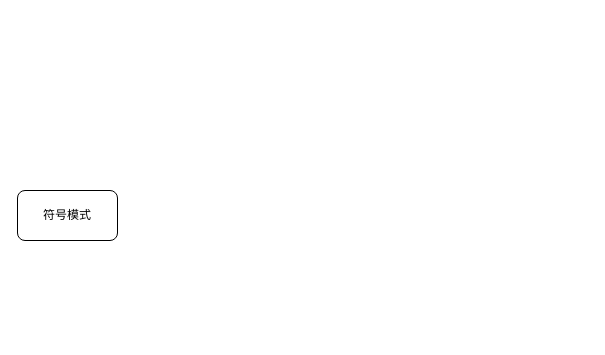
Before: designFile/符号(目前是分号)模式.drawio in Pzc-Neo/NeoKeymap, a draw.io diagram. Source tidied: cells renumbered, new cells numbered last; positions are measured from the earlier drawing's top-left corner, leaving out a move shared by most shapes. Both pictures are drawn from the tidied source at 100%, with x=0, y=0 at pixel (17, 190).
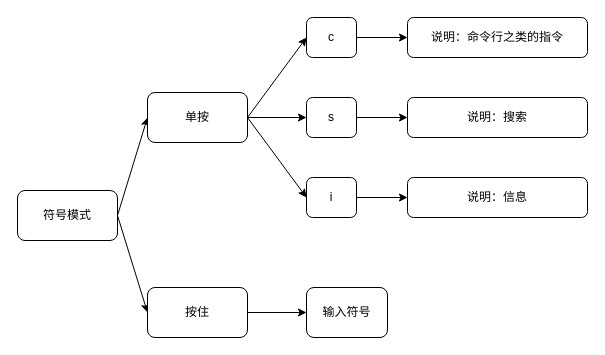
The same page after the edit.

The change refers to these unchanged cells:
```xml
<mxCell id="2" value="符号模式" style="rounded=1;whiteSpace=wrap;html=1;" parent="1" vertex="1">
  <mxGeometry width="100" height="50" as="geometry" />
</mxCell>
```

The edit, as a diff of the source:
```diff
@@
+    <mxCell id="3" style="edgeStyle=none;html=1;exitX=1;exitY=0.5;exitDx=0;exitDy=0;entryX=0;entryY=0.5;entryDx=0;entryDy=0;" parent="1" edge="1" source="2" target="7">
+      <mxGeometry relative="1" as="geometry" />
+    </mxCell>
+    <mxCell id="4" style="edgeStyle=none;html=1;exitX=1;exitY=0.5;exitDx=0;exitDy=0;entryX=0;entryY=0.5;entryDx=0;entryDy=0;" parent="1" edge="1" source="2" target="9">
+      <mxGeometry relative="1" as="geometry" />
+    </mxCell>
@@
+    <mxCell id="5" style="edgeStyle=none;html=1;exitX=1;exitY=0.5;exitDx=0;exitDy=0;entryX=0;entryY=0.5;entryDx=0;entryDy=0;" parent="1" edge="1" source="7" target="11">
+      <mxGeometry relative="1" as="geometry" />
+    </mxCell>
+    <mxCell id="6" style="edgeStyle=none;html=1;exitX=1;exitY=0.5;exitDx=0;exitDy=0;entryX=0;entryY=0.5;entryDx=0;entryDy=0;" parent="1" edge="1" source="7" target="14">
+      <mxGeometry relative="1" as="geometry" />
+    </mxCell>
+    <mxCell id="7" value="单按" style="rounded=1;whiteSpace=wrap;html=1;" parent="1" vertex="1">
+      <mxGeometry x="130" y="-98" width="100" height="50" as="geometry" />
+    </mxCell>
+    <mxCell id="8" style="edgeStyle=none;html=1;exitX=1;exitY=0.5;exitDx=0;exitDy=0;" parent="1" edge="1" source="9" target="20">
+      <mxGeometry relative="1" as="geometry" />
+    </mxCell>
+    <mxCell id="9" value="按住" style="rounded=1;whiteSpace=wrap;html=1;" parent="1" vertex="1">
+      <mxGeometry x="130" y="97" width="100" height="50" as="geometry" />
+    </mxCell>
+    <mxCell id="10" style="edgeStyle=none;html=1;exitX=1;exitY=0.5;exitDx=0;exitDy=0;entryX=0;entryY=0.5;entryDx=0;entryDy=0;" parent="1" edge="1" source="11" target="12">
+      <mxGeometry relative="1" as="geometry" />
+    </mxCell>
+    <mxCell id="11" value="c" style="rounded=1;whiteSpace=wrap;html=1;" parent="1" vertex="1">
+      <mxGeometry x="289" y="-173" width="50" height="40" as="geometry" />
+    </mxCell>
+    <mxCell id="12" value="说明：命令行之类的指令" style="rounded=1;whiteSpace=wrap;html=1;" parent="1" vertex="1">
+      <mxGeometry x="390" y="-173" width="180" height="40" as="geometry" />
+    </mxCell>
+    <mxCell id="13" style="edgeStyle=none;html=1;exitX=1;exitY=0.5;exitDx=0;exitDy=0;entryX=0;entryY=0.5;entryDx=0;entryDy=0;" parent="1" edge="1" source="14" target="15">
+      <mxGeometry relative="1" as="geometry" />
+    </mxCell>
+    <mxCell id="14" value="s" style="rounded=1;whiteSpace=wrap;html=1;" parent="1" vertex="1">
+      <mxGeometry x="289" y="-93" width="50" height="40" as="geometry" />
+    </mxCell>
+    <mxCell id="15" value="说明：搜索" style="rounded=1;whiteSpace=wrap;html=1;" parent="1" vertex="1">
+      <mxGeometry x="390" y="-93" width="180" height="40" as="geometry" />
+    </mxCell>
+    <mxCell id="16" style="edgeStyle=none;html=1;exitX=1;exitY=0.5;exitDx=0;exitDy=0;entryX=0;entryY=0.5;entryDx=0;entryDy=0;" parent="1" edge="1" source="7" target="18">
+      <mxGeometry relative="1" as="geometry" />
+    </mxCell>
+    <mxCell id="17" style="edgeStyle=none;html=1;exitX=1;exitY=0.5;exitDx=0;exitDy=0;entryX=0;entryY=0.5;entryDx=0;entryDy=0;" parent="1" edge="1" source="18" target="19">
+      <mxGeometry relative="1" as="geometry" />
+    </mxCell>
+    <mxCell id="18" value="i" style="rounded=1;whiteSpace=wrap;html=1;" parent="1" vertex="1">
+      <mxGeometry x="289" y="-13" width="50" height="40" as="geometry" />
+    </mxCell>
+    <mxCell id="19" value="说明：信息" style="rounded=1;whiteSpace=wrap;html=1;" parent="1" vertex="1">
+      <mxGeometry x="390" y="-13" width="180" height="40" as="geometry" />
+    </mxCell>
+    <mxCell id="20" value="输入符号" style="rounded=1;whiteSpace=wrap;html=1;" parent="1" vertex="1">
+      <mxGeometry x="289" y="97" width="81" height="50" as="geometry" />
+    </mxCell>
```
